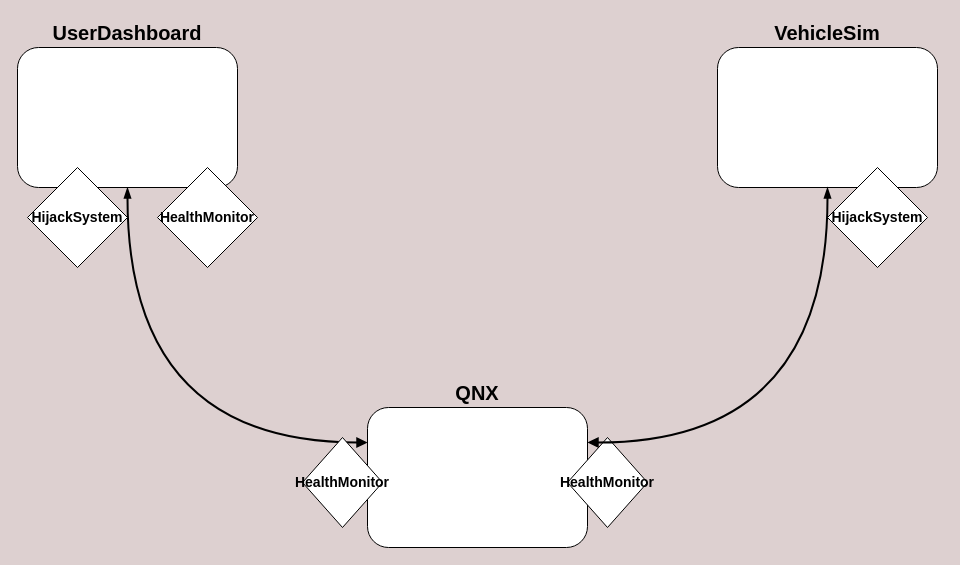
This is Documentation/CommArchitecture.dio from MarioPardo/QNX_VehicleControlSystem, a draw.io file, before an edit. Source tidied: cells renumbered, new cells numbered last; positions are measured from the earlier drawing's top-left corner, leaving out a move shared by most shapes. Both pictures are drawn from the tidied source at 100%, with x=0, y=0 at pixel (17, 17).
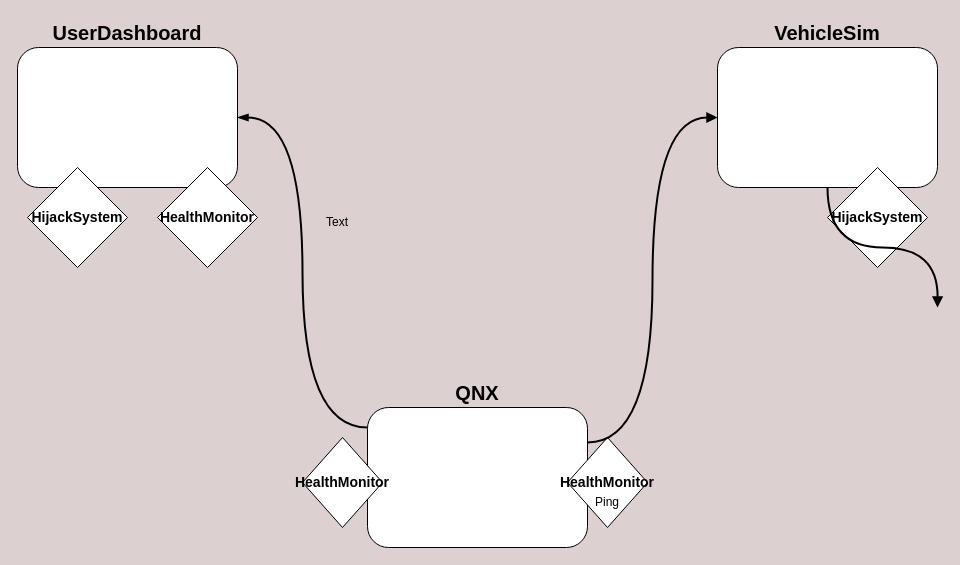
After the change.

What changed in the source:
```diff
@@
 <mxGraphModel background="light-dark(#ddd0d0, #121212)">
   <root>
     <mxCell id="0" />
     <mxCell id="1" parent="0" />
     <mxCell id="2" style="rounded=1;whiteSpace=wrap;html=1;" parent="1" vertex="1">
       <mxGeometry x="350" y="390" width="220" height="140" as="geometry" />
     </mxCell>
     <mxCell id="3" value="&lt;b&gt;&lt;font style=&quot;font-size: 20px;&quot;&gt;QNX&lt;/font&gt;&lt;/b&gt;" style="text;html=1;align=center;verticalAlign=middle;whiteSpace=wrap;rounded=0;" parent="1" vertex="1">
       <mxGeometry x="430" y="360" width="60" height="30" as="geometry" />
     </mxCell>
-    <mxCell id="4" style="edgeStyle=orthogonalEdgeStyle;curved=1;html=1;exitX=0.5;exitY=1;exitDx=0;exitDy=0;entryX=0;entryY=0.25;entryDx=0;entryDy=0;endArrow=block;endFill=1;strokeColor=default;strokeWidth=2;startArrow=blockThin;startFill=1;" parent="1" edge="1" source="5" target="2">
+    <mxCell id="4" style="edgeStyle=orthogonalEdgeStyle;curved=1;html=1;entryX=0;entryY=0.143;entryDx=0;entryDy=0;endArrow=none;endFill=0;strokeColor=default;strokeWidth=2;startArrow=blockThin;startFill=1;entryPerimeter=0;" parent="1" edge="1" source="5" target="2">
       <mxGeometry relative="1" as="geometry" />
     </mxCell>
     <mxCell id="5" style="rounded=1;whiteSpace=wrap;html=1;" parent="1" vertex="1">
       <mxGeometry y="30" width="220" height="140" as="geometry" />
     </mxCell>
     <mxCell id="6" value="&lt;b&gt;&lt;font style=&quot;font-size: 20px;&quot;&gt;UserDashboard&lt;/font&gt;&lt;/b&gt;" style="text;html=1;align=center;verticalAlign=middle;whiteSpace=wrap;rounded=0;" parent="1" vertex="1">
       <mxGeometry x="80" width="60" height="30" as="geometry" />
     </mxCell>
     <mxCell id="7" style="rounded=1;whiteSpace=wrap;html=1;" parent="1" vertex="1">
       <mxGeometry x="700" y="30" width="220" height="140" as="geometry" />
     </mxCell>
     <mxCell id="8" value="&lt;b&gt;&lt;font style=&quot;font-size: 20px;&quot;&gt;VehicleSim&lt;/font&gt;&lt;/b&gt;" style="text;html=1;align=center;verticalAlign=middle;whiteSpace=wrap;rounded=0;" parent="1" vertex="1">
       <mxGeometry x="780" width="60" height="30" as="geometry" />
     </mxCell>
     <mxCell id="9" value="&lt;b&gt;&lt;font style=&quot;font-size: 14px;&quot;&gt;HijackSystem&lt;/font&gt;&lt;/b&gt;" style="rhombus;whiteSpace=wrap;html=1;" parent="1" vertex="1">
       <mxGeometry x="10" y="150" width="100" height="100" as="geometry" />
     </mxCell>
     <mxCell id="10" value="&lt;b&gt;&lt;font style=&quot;font-size: 14px;&quot;&gt;HijackSystem&lt;/font&gt;&lt;/b&gt;" style="rhombus;whiteSpace=wrap;html=1;" parent="1" vertex="1">
       <mxGeometry x="810" y="150" width="100" height="100" as="geometry" />
     </mxCell>
     <mxCell id="11" value="&lt;b&gt;&lt;font style=&quot;font-size: 14px;&quot;&gt;HealthMonitor&lt;/font&gt;&lt;/b&gt;" style="rhombus;whiteSpace=wrap;html=1;" parent="1" vertex="1">
       <mxGeometry x="140" y="150" width="100" height="100" as="geometry" />
     </mxCell>
     <mxCell id="12" value="&lt;b&gt;&lt;font style=&quot;font-size: 14px;&quot;&gt;HealthMonitor&lt;/font&gt;&lt;/b&gt;" style="rhombus;whiteSpace=wrap;html=1;" parent="1" vertex="1">
       <mxGeometry x="285" y="420" width="80" height="90" as="geometry" />
     </mxCell>
     <mxCell id="13" value="&lt;b&gt;&lt;font style=&quot;font-size: 14px;&quot;&gt;HealthMonitor&lt;/font&gt;&lt;/b&gt;" style="rhombus;whiteSpace=wrap;html=1;" parent="1" vertex="1">
       <mxGeometry x="550" y="420" width="80" height="90" as="geometry" />
     </mxCell>
-    <mxCell id="14" style="edgeStyle=orthogonalEdgeStyle;curved=1;html=1;exitX=0.5;exitY=1;exitDx=0;exitDy=0;entryX=1;entryY=0.25;entryDx=0;entryDy=0;endArrow=block;endFill=1;strokeColor=default;strokeWidth=2;startArrow=blockThin;startFill=1;" parent="1" edge="1" source="7" target="2">
+    <mxCell id="14" style="edgeStyle=orthogonalEdgeStyle;curved=1;html=1;exitX=0;exitY=0.5;exitDx=0;exitDy=0;entryX=1;entryY=0.25;entryDx=0;entryDy=0;endArrow=none;endFill=0;strokeColor=default;strokeWidth=2;startArrow=block;startFill=1;" parent="1" edge="1" source="7" target="2">
       <mxGeometry relative="1" as="geometry" />
     </mxCell>
+    <mxCell id="15" value="Ping" style="text;html=1;align=center;verticalAlign=middle;whiteSpace=wrap;rounded=0;" parent="1" vertex="1">
+      <mxGeometry x="560" y="470" width="60" height="30" as="geometry" />
+    </mxCell>
+    <mxCell id="16" value="Text" style="text;html=1;align=center;verticalAlign=middle;whiteSpace=wrap;rounded=0;" parent="1" vertex="1">
+      <mxGeometry x="290" y="190" width="60" height="30" as="geometry" />
+    </mxCell>
+    <mxCell id="17" style="edgeStyle=orthogonalEdgeStyle;curved=1;html=1;exitX=0;exitY=0.5;exitDx=0;exitDy=0;entryX=0.5;entryY=1;entryDx=0;entryDy=0;endArrow=none;endFill=0;strokeColor=default;strokeWidth=2;startArrow=block;startFill=1;" parent="1" edge="1" target="7">
+      <mxGeometry relative="1" as="geometry">
+        <mxPoint x="920" y="290" as="sourcePoint" />
+      </mxGeometry>
+    </mxCell>
   </root>
 </mxGraphModel>
```
